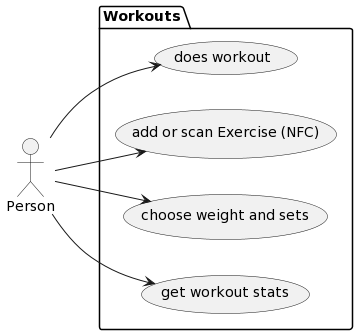
Earlier version of the PlantUML export docs/NextFit_Usecase_Diagram.png (tmittermayr/ITP-Projekt_Fitness-App).
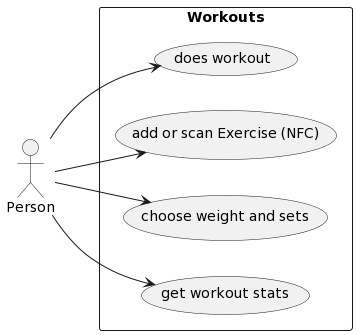
Later version of the same file.

The edit, as a diff of the source:
```diff
@@ -3,7 +3,7 @@
 
 actor "Person" as User
 
-package "Workouts" {
+rectangle "Workouts" {
   usecase "does workout" as UC1
   usecase "add or scan Exercise (NFC)" as UC2
   usecase "choose weight and sets" as UC3
```
